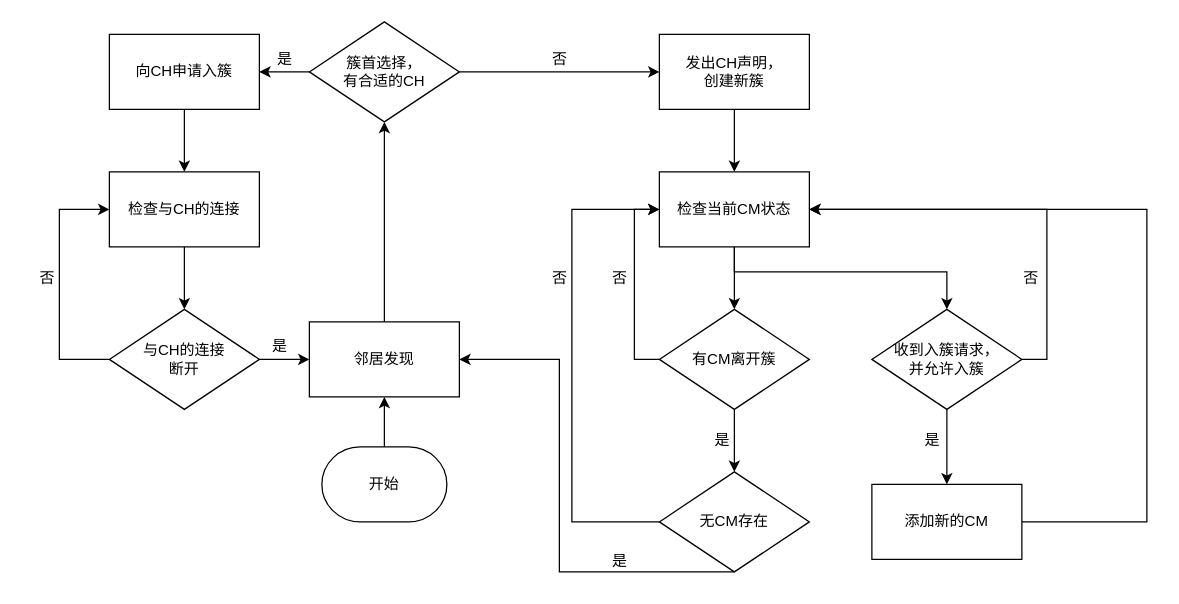
Before: my-cluster.drawio in trevorHsu/draftChart, a draw.io diagram. Source tidied: cells renumbered, new cells numbered last; positions are measured from the earlier drawing's top-left corner, leaving out a move shared by most shapes. Both pictures are drawn from the tidied source at 125%, with x=0, y=0 at pixel (21, 21).
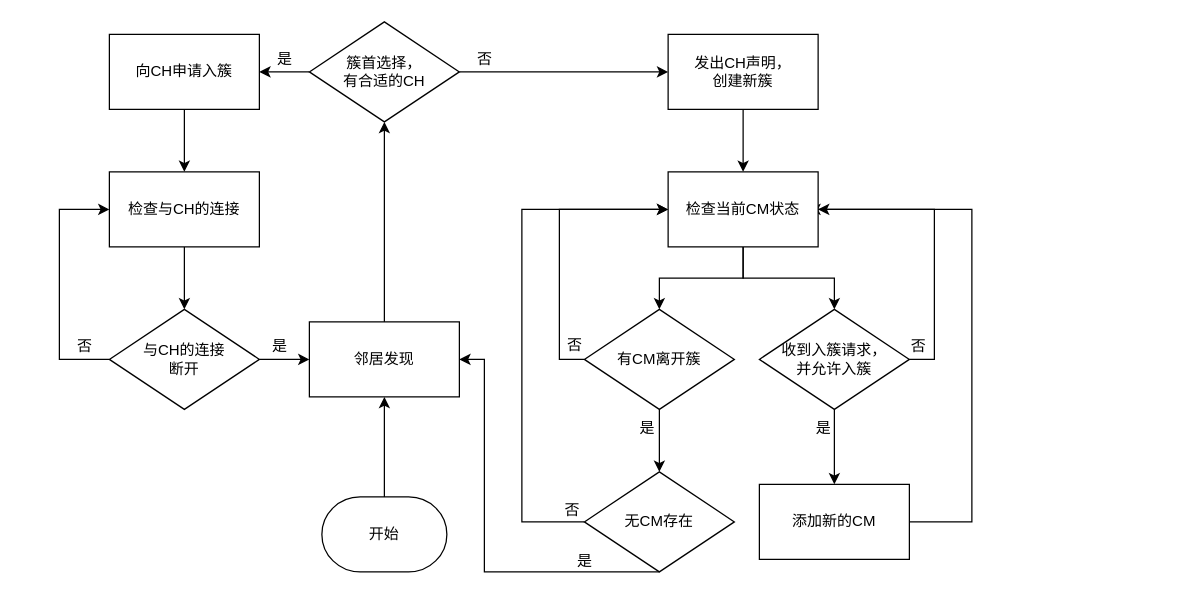
Above is the later version.

The change refers to these unchanged cells:
```xml
<mxCell id="3" value="邻居发现" style="rounded=0;whiteSpace=wrap;html=1;" parent="1" vertex="1">
  <mxGeometry x="230" y="240" width="120" height="60" as="geometry" />
</mxCell>
```

What changed in the source:
```diff
@@
     <mxCell id="10" value="发出CH声明，&lt;br&gt;创建新簇" style="rounded=0;whiteSpace=wrap;html=1;" parent="1" vertex="1">
-      <mxGeometry x="510" y="10" width="120" height="60" as="geometry" />
+      <mxGeometry x="517" y="10" width="120" height="60" as="geometry" />
     </mxCell>
@@
     <mxCell id="12" value="否" style="text;html=1;align=center;verticalAlign=middle;fillColor=none;strokeColor=none;rounded=0;" parent="1" vertex="1">
-      <mxGeometry x="410" y="15" width="40" height="30" as="geometry" />
+      <mxGeometry x="350" y="15" width="40" height="30" as="geometry" />
     </mxCell>
@@
     <mxCell id="18" value="否" style="text;html=1;align=center;verticalAlign=middle;fillColor=none;strokeColor=none;rounded=0;" parent="1" vertex="1">
-      <mxGeometry y="190" width="40" height="30" as="geometry" />
+      <mxGeometry x="30" y="245" width="40" height="30" as="geometry" />
     </mxCell>
@@
-    <mxCell id="21" style="edgeStyle=orthogonalEdgeStyle;rounded=0;jettySize=auto;html=1;entryX=0.5;entryY=0;entryDx=0;entryDy=0;" parent="1" edge="1" source="22" target="28">
-      <mxGeometry relative="1" as="geometry">
-        <Array as="points">
-          <mxPoint x="570" y="200" />
-          <mxPoint x="740" y="200" />
-        </Array>
-      </mxGeometry>
-    </mxCell>
-    <mxCell id="22" value="检查当前CM状态" style="rounded=0;whiteSpace=wrap;html=1;" parent="1" vertex="1">
-      <mxGeometry x="510" y="120" width="120" height="60" as="geometry" />
-    </mxCell>
+    <mxCell id="24" style="edgeStyle=orthogonalEdgeStyle;rounded=0;jettySize=auto;html=1;" parent="1" edge="1" source="25" target="32">
+      <mxGeometry relative="1" as="geometry" />
+    </mxCell>
     <mxCell id="23" style="edgeStyle=orthogonalEdgeStyle;rounded=0;jettySize=auto;html=1;entryX=0;entryY=0.5;entryDx=0;entryDy=0;" parent="1" edge="1" source="25" target="22">
       <mxGeometry relative="1" as="geometry">
         <Array as="points">
-          <mxPoint x="490" y="270" />
-          <mxPoint x="490" y="150" />
+          <mxPoint x="430" y="270" />
+          <mxPoint x="430" y="150" />
         </Array>
       </mxGeometry>
     </mxCell>
-    <mxCell id="24" style="edgeStyle=orthogonalEdgeStyle;rounded=0;jettySize=auto;html=1;" parent="1" edge="1" source="25" target="32">
-      <mxGeometry relative="1" as="geometry" />
-    </mxCell>
     <mxCell id="25" value="有CM离开簇" style="rhombus;whiteSpace=wrap;html=1;" parent="1" vertex="1">
-      <mxGeometry x="510" y="230" width="120" height="80" as="geometry" />
+      <mxGeometry x="450" y="230" width="120" height="80" as="geometry" />
     </mxCell>
@@
     <mxCell id="27" style="edgeStyle=orthogonalEdgeStyle;rounded=0;jettySize=auto;html=1;entryX=1;entryY=0.5;entryDx=0;entryDy=0;" parent="1" edge="1" source="28" target="22">
       <mxGeometry relative="1" as="geometry">
         <Array as="points">
-          <mxPoint x="820" y="270" />
-          <mxPoint x="820" y="150" />
+          <mxPoint x="730" y="270" />
+          <mxPoint x="730" y="150" />
         </Array>
       </mxGeometry>
     </mxCell>
     <mxCell id="28" value="收到入簇请求，&lt;br&gt;并允许入簇" style="rhombus;whiteSpace=wrap;html=1;" parent="1" vertex="1">
-      <mxGeometry x="680" y="230" width="120" height="80" as="geometry" />
+      <mxGeometry x="590" y="230" width="120" height="80" as="geometry" />
     </mxCell>
     <mxCell id="29" value="否" style="text;html=1;align=center;verticalAlign=middle;fillColor=none;strokeColor=none;rounded=0;" parent="1" vertex="1">
-      <mxGeometry x="458" y="190" width="40" height="30" as="geometry" />
+      <mxGeometry x="422" y="244" width="40" height="30" as="geometry" />
     </mxCell>
     <mxCell id="30" style="edgeStyle=orthogonalEdgeStyle;rounded=0;jettySize=auto;html=1;entryX=0;entryY=0.5;entryDx=0;entryDy=0;" parent="1" edge="1" source="32" target="22">
       <mxGeometry relative="1" as="geometry">
         <Array as="points">
-          <mxPoint x="440" y="400" />
-          <mxPoint x="440" y="150" />
+          <mxPoint x="400" y="400" />
+          <mxPoint x="400" y="150" />
         </Array>
       </mxGeometry>
     </mxCell>
     <mxCell id="31" style="edgeStyle=orthogonalEdgeStyle;rounded=0;jettySize=auto;html=1;entryX=1;entryY=0.5;entryDx=0;entryDy=0;" parent="1" edge="1" source="32" target="3">
       <mxGeometry relative="1" as="geometry">
         <Array as="points">
-          <mxPoint x="430" y="440" />
-          <mxPoint x="430" y="270" />
+          <mxPoint x="370" y="440" />
+          <mxPoint x="370" y="270" />
         </Array>
       </mxGeometry>
     </mxCell>
     <mxCell id="32" value="无CM存在" style="rhombus;whiteSpace=wrap;html=1;" parent="1" vertex="1">
-      <mxGeometry x="510" y="360" width="120" height="80" as="geometry" />
+      <mxGeometry x="450" y="360" width="120" height="80" as="geometry" />
     </mxCell>
     <mxCell id="33" value="是" style="text;html=1;align=center;verticalAlign=middle;fillColor=none;strokeColor=none;rounded=0;" parent="1" vertex="1">
-      <mxGeometry x="540" y="320" width="40" height="30" as="geometry" />
+      <mxGeometry x="480" y="310" width="40" height="30" as="geometry" />
     </mxCell>
     <mxCell id="34" value="否" style="text;html=1;align=center;verticalAlign=middle;fillColor=none;strokeColor=none;rounded=0;" parent="1" vertex="1">
-      <mxGeometry x="410" y="190" width="40" height="30" as="geometry" />
+      <mxGeometry x="420" y="376" width="40" height="30" as="geometry" />
     </mxCell>
     <mxCell id="35" value="是" style="text;html=1;align=center;verticalAlign=middle;fillColor=none;strokeColor=none;rounded=0;" parent="1" vertex="1">
-      <mxGeometry x="458" y="417" width="40" height="30" as="geometry" />
+      <mxGeometry x="430" y="417" width="40" height="30" as="geometry" />
     </mxCell>
-    <mxCell id="36" style="edgeStyle=orthogonalEdgeStyle;rounded=0;jettySize=auto;html=1;exitX=1;exitY=0.5;exitDx=0;exitDy=0;" parent="1" edge="1" source="37">
+    <mxCell id="36" style="edgeStyle=orthogonalEdgeStyle;rounded=0;jettySize=auto;html=1;exitX=1;exitY=0.5;exitDx=0;exitDy=0;startArrow=none;" parent="1" edge="1" source="22">
       <mxGeometry relative="1" as="geometry">
         <mxPoint x="630" y="150" as="targetPoint" />
-        <Array as="points">
-          <mxPoint x="900" y="400" />
-          <mxPoint x="900" y="150" />
-        </Array>
       </mxGeometry>
     </mxCell>
     <mxCell id="37" value="添加新的CM" style="rounded=0;whiteSpace=wrap;html=1;" parent="1" vertex="1">
-      <mxGeometry x="680" y="370" width="120" height="60" as="geometry" />
+      <mxGeometry x="590" y="370" width="120" height="60" as="geometry" />
     </mxCell>
     <mxCell id="38" value="是" style="text;html=1;align=center;verticalAlign=middle;fillColor=none;strokeColor=none;rounded=0;" parent="1" vertex="1">
-      <mxGeometry x="708" y="320" width="40" height="30" as="geometry" />
+      <mxGeometry x="621" y="310" width="40" height="30" as="geometry" />
     </mxCell>
     <mxCell id="39" value="否" style="text;html=1;align=center;verticalAlign=middle;fillColor=none;strokeColor=none;rounded=0;" parent="1" vertex="1">
-      <mxGeometry x="787" y="190" width="40" height="30" as="geometry" />
+      <mxGeometry x="697" y="245" width="40" height="30" as="geometry" />
     </mxCell>
@@
     <mxCell id="41" value="开始" style="strokeWidth=1;html=1;shape=mxgraph.flowchart.terminator;whiteSpace=wrap;shadow=0;glass=0;" parent="1" vertex="1">
-      <mxGeometry x="240" y="340" width="100" height="60" as="geometry" />
+      <mxGeometry x="240" y="380" width="100" height="60" as="geometry" />
     </mxCell>
+    <mxCell id="21" style="edgeStyle=orthogonalEdgeStyle;rounded=0;jettySize=auto;html=1;entryX=0.5;entryY=0;entryDx=0;entryDy=0;" parent="1" edge="1" source="22" target="28">
+      <mxGeometry relative="1" as="geometry" />
+    </mxCell>
+    <mxCell id="22" value="检查当前CM状态" style="rounded=0;whiteSpace=wrap;html=1;" parent="1" vertex="1">
+      <mxGeometry x="517" y="120" width="120" height="60" as="geometry" />
+    </mxCell>
+    <mxCell id="42" style="edgeStyle=orthogonalEdgeStyle;rounded=0;jettySize=auto;html=1;exitX=1;exitY=0.5;exitDx=0;exitDy=0;endArrow=none;" parent="1" edge="1" source="37" target="22">
+      <mxGeometry relative="1" as="geometry">
+        <Array as="points">
+          <mxPoint x="760" y="400" />
+          <mxPoint x="760" y="150" />
+        </Array>
+      </mxGeometry>
+    </mxCell>
```
